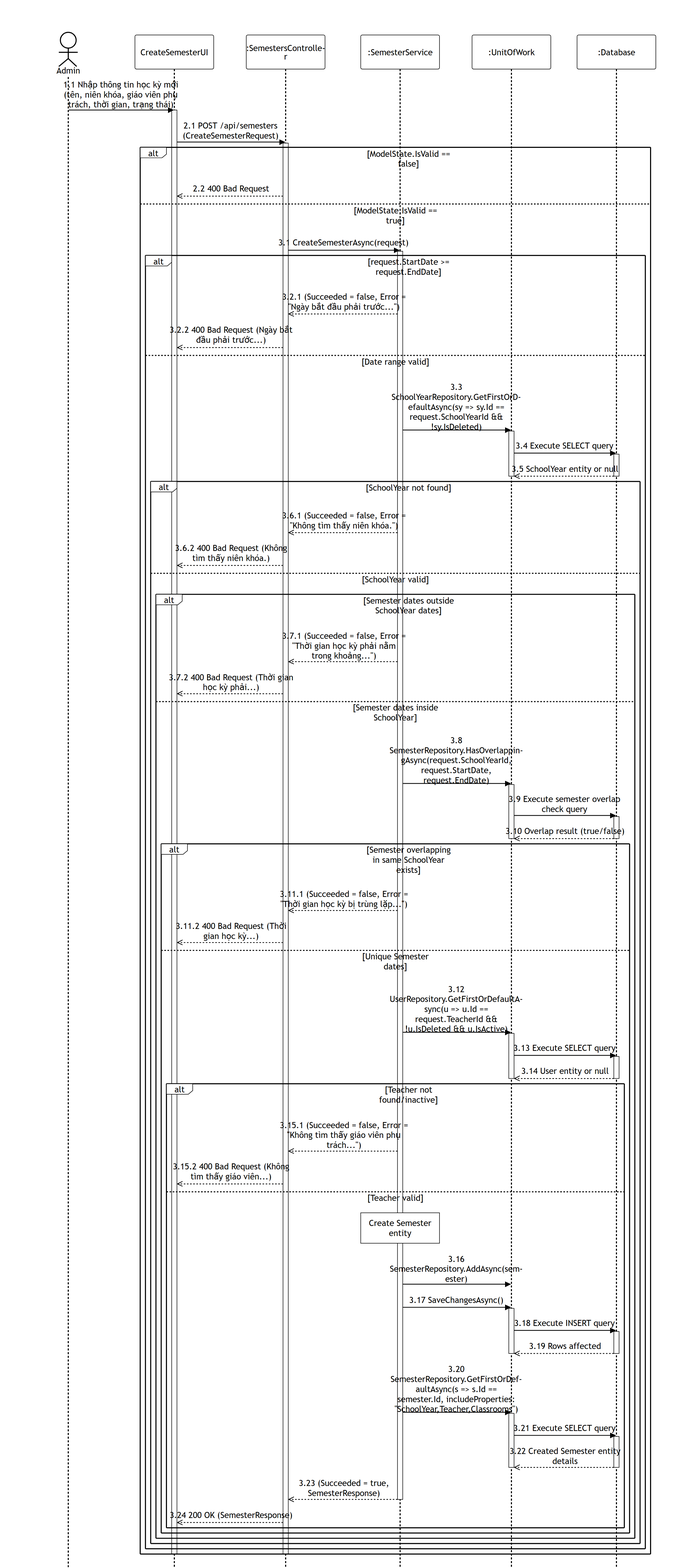
PhucAnDev/docx-diagram keeps this Mermaid diagram as 08-reports-system-settings/images/apis/create-semester.png. Above is the earlier version. Its source is kept beside it as 08-reports-system-settings/sequence-diagram/apis/create-semester.mmd.
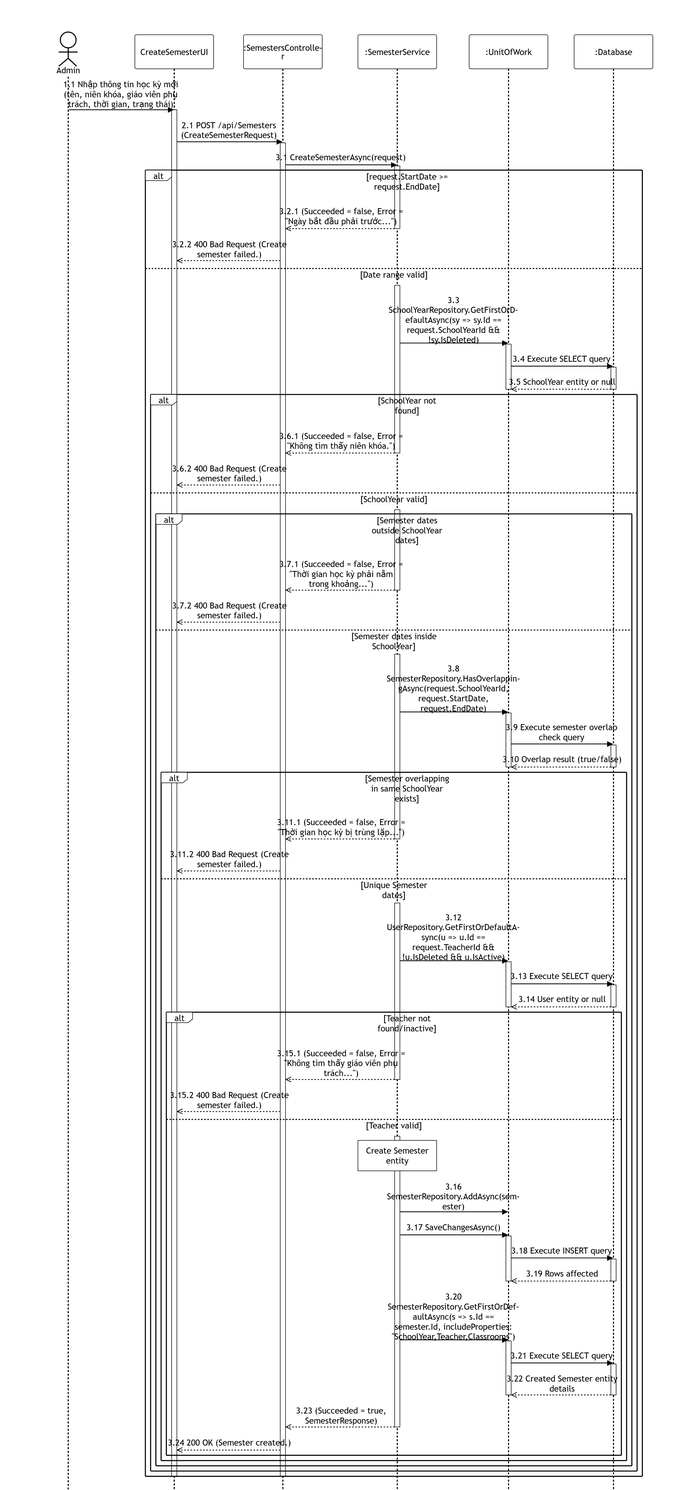
The same file after the commit.

Commit message:
fix: update create-semester.mmd and update-semester.mmd with correct route casing, validation checks, error/success messages, and activations

Change to the diagram source:
```diff
@@ -1,6 +1,6 @@
 %%{init: {'theme':'base', 'themeVariables': {'actorBkg':'#ffffff','actorBorder':'#000000','actorTextColor':'#000000','actorLineColor':'#000000','signalColor':'#000000','signalTextColor':'#000000','labelBoxBkgColor':'#ffffff','labelBoxBorderColor':'#000000','labelTextColor':'#000000','loopTextColor':'#000000','noteBkgColor':'#ffffff','noteBorderColor':'#000000','noteTextColor':'#000000','activationBorderColor':'#000000','activationBkgColor':'#ffffff','sequenceNumberColor':'#000000'}, 'sequence': {'width':150,'height':65,'actorFontSize':16,'messageFontSize':16,'wrap':true,'wrapPadding':10}}}%%
 sequenceDiagram
-    title POST /api/semesters
+    title POST /api/Semesters
     actor Admin as Admin
     participant UI as CreateSemesterUI
     participant Endpoint as :SemestersController
@@ -10,82 +10,88 @@
 
     Admin->>UI: 1.1 Nhập thông tin học kỳ mới (tên, niên khóa, giáo viên phụ trách, thời gian, trạng thái)
     activate UI
-    UI->>Endpoint: 2.1 POST /api/semesters (CreateSemesterRequest)
+    UI->>Endpoint: 2.1 POST /api/Semesters (CreateSemesterRequest)
     activate Endpoint
 
-    alt ModelState.IsValid == false
-        Endpoint-->>UI: 2.2 400 Bad Request
-    else ModelState.IsValid == true
-        Endpoint->>Service: 3.1 CreateSemesterAsync(request)
+    Endpoint->>Service: 3.1 CreateSemesterAsync(request)
+    activate Service
+
+    alt request.StartDate >= request.EndDate
+        Service-->>Endpoint: 3.2.1 (Succeeded = false, Error = "Ngày bắt đầu phải trước...")
+        deactivate Service
+        Endpoint-->>UI: 3.2.2 400 Bad Request (Create semester failed.)
+    else Date range valid
         activate Service
+        Service->>DB: 3.3 SchoolYearRepository.GetFirstOrDefaultAsync(sy => sy.Id == request.SchoolYearId && !sy.IsDeleted)
+        activate DB
+        DB->>Database: 3.4 Execute SELECT query
+        activate Database
+        Database-->>DB: 3.5 SchoolYear entity or null
+        deactivate Database
+        deactivate DB
 
-        alt request.StartDate >= request.EndDate
-            Service-->>Endpoint: 3.2.1 (Succeeded = false, Error = "Ngày bắt đầu phải trước...")
-            Endpoint-->>UI: 3.2.2 400 Bad Request (Ngày bắt đầu phải trước...)
-        else Date range valid
-            Service->>DB: 3.3 SchoolYearRepository.GetFirstOrDefaultAsync(sy => sy.Id == request.SchoolYearId && !sy.IsDeleted)
-            activate DB
-            DB->>Database: 3.4 Execute SELECT query
-            activate Database
-            Database-->>DB: 3.5 SchoolYear entity or null
-            deactivate Database
-            deactivate DB
+        alt SchoolYear not found
+            Service-->>Endpoint: 3.6.1 (Succeeded = false, Error = "Không tìm thấy niên khóa.")
+            deactivate Service
+            Endpoint-->>UI: 3.6.2 400 Bad Request (Create semester failed.)
+        else SchoolYear valid
+            activate Service
+            alt Semester dates outside SchoolYear dates
+                Service-->>Endpoint: 3.7.1 (Succeeded = false, Error = "Thời gian học kỳ phải nằm trong khoảng...")
+                deactivate Service
+                Endpoint-->>UI: 3.7.2 400 Bad Request (Create semester failed.)
+            else Semester dates inside SchoolYear
+                activate Service
+                Service->>DB: 3.8 SemesterRepository.HasOverlappingAsync(request.SchoolYearId, request.StartDate, request.EndDate)
+                activate DB
+                DB->>Database: 3.9 Execute semester overlap check query
+                activate Database
+                Database-->>DB: 3.10 Overlap result (true/false)
+                deactivate Database
+                deactivate DB
 
-            alt SchoolYear not found
-                Service-->>Endpoint: 3.6.1 (Succeeded = false, Error = "Không tìm thấy niên khóa.")
-                Endpoint-->>UI: 3.6.2 400 Bad Request (Không tìm thấy niên khóa.)
-            else SchoolYear valid
-                alt Semester dates outside SchoolYear dates
-                    Service-->>Endpoint: 3.7.1 (Succeeded = false, Error = "Thời gian học kỳ phải nằm trong khoảng...")
-                    Endpoint-->>UI: 3.7.2 400 Bad Request (Thời gian học kỳ phải...)
-                else Semester dates inside SchoolYear
-                    Service->>DB: 3.8 SemesterRepository.HasOverlappingAsync(request.SchoolYearId, request.StartDate, request.EndDate)
+                alt Semester overlapping in same SchoolYear exists
+                    Service-->>Endpoint: 3.11.1 (Succeeded = false, Error = "Thời gian học kỳ bị trùng lặp...")
+                    deactivate Service
+                    Endpoint-->>UI: 3.11.2 400 Bad Request (Create semester failed.)
+                else Unique Semester dates
+                    activate Service
+                    Service->>DB: 3.12 UserRepository.GetFirstOrDefaultAsync(u => u.Id == request.TeacherId && !u.IsDeleted && u.IsActive)
                     activate DB
-                    DB->>Database: 3.9 Execute semester overlap check query
+                    DB->>Database: 3.13 Execute SELECT query
                     activate Database
-                    Database-->>DB: 3.10 Overlap result (true/false)
+                    Database-->>DB: 3.14 User entity or null
                     deactivate Database
                     deactivate DB
 
-                    alt Semester overlapping in same SchoolYear exists
-                        Service-->>Endpoint: 3.11.1 (Succeeded = false, Error = "Thời gian học kỳ bị trùng lặp...")
-                        Endpoint-->>UI: 3.11.2 400 Bad Request (Thời gian học kỳ...)
-                    else Unique Semester dates
-                        Service->>DB: 3.12 UserRepository.GetFirstOrDefaultAsync(u => u.Id == request.TeacherId && !u.IsDeleted && u.IsActive)
+                    alt Teacher not found/inactive
+                        Service-->>Endpoint: 3.15.1 (Succeeded = false, Error = "Không tìm thấy giáo viên phụ trách...")
+                        deactivate Service
+                        Endpoint-->>UI: 3.15.2 400 Bad Request (Create semester failed.)
+                    else Teacher valid
+                        activate Service
+                        note over Service: Create Semester entity
+
+                        Service->>DB: 3.16 SemesterRepository.AddAsync(semester)
+                        Service->>DB: 3.17 SaveChangesAsync()
                         activate DB
-                        DB->>Database: 3.13 Execute SELECT query
+                        DB->>Database: 3.18 Execute INSERT query
                         activate Database
-                        Database-->>DB: 3.14 User entity or null
+                        Database-->>DB: 3.19 Rows affected
                         deactivate Database
                         deactivate DB
 
-                        alt Teacher not found/inactive
-                            Service-->>Endpoint: 3.15.1 (Succeeded = false, Error = "Không tìm thấy giáo viên phụ trách...")
-                            Endpoint-->>UI: 3.15.2 400 Bad Request (Không tìm thấy giáo viên...)
-                        else Teacher valid
-                            note over Service: Create Semester entity
+                        Service->>DB: 3.20 SemesterRepository.GetFirstOrDefaultAsync(s => s.Id == semester.Id, includeProperties: "SchoolYear,Teacher,Classrooms")
+                        activate DB
+                        DB->>Database: 3.21 Execute SELECT query
+                        activate Database
+                        Database-->>DB: 3.22 Created Semester entity details
+                        deactivate Database
+                        deactivate DB
 
-                            Service->>DB: 3.16 SemesterRepository.AddAsync(semester)
-                            Service->>DB: 3.17 SaveChangesAsync()
-                            activate DB
-                            DB->>Database: 3.18 Execute INSERT query
-                            activate Database
-                            Database-->>DB: 3.19 Rows affected
-                            deactivate Database
-                            deactivate DB
-
-                            Service->>DB: 3.20 SemesterRepository.GetFirstOrDefaultAsync(s => s.Id == semester.Id, includeProperties: "SchoolYear,Teacher,Classrooms")
-                            activate DB
-                            DB->>Database: 3.21 Execute SELECT query
-                            activate Database
-                            Database-->>DB: 3.22 Created Semester entity details
-                            deactivate Database
-                            deactivate DB
-
-                            Service-->>Endpoint: 3.23 (Succeeded = true, SemesterResponse)
-                            deactivate Service
-                            Endpoint-->>UI: 3.24 200 OK (SemesterResponse)
-                        end
+                        Service-->>Endpoint: 3.23 (Succeeded = true, SemesterResponse)
+                        deactivate Service
+                        Endpoint-->>UI: 3.24 200 OK (Semester created.)
                     end
                 end
             end
```
